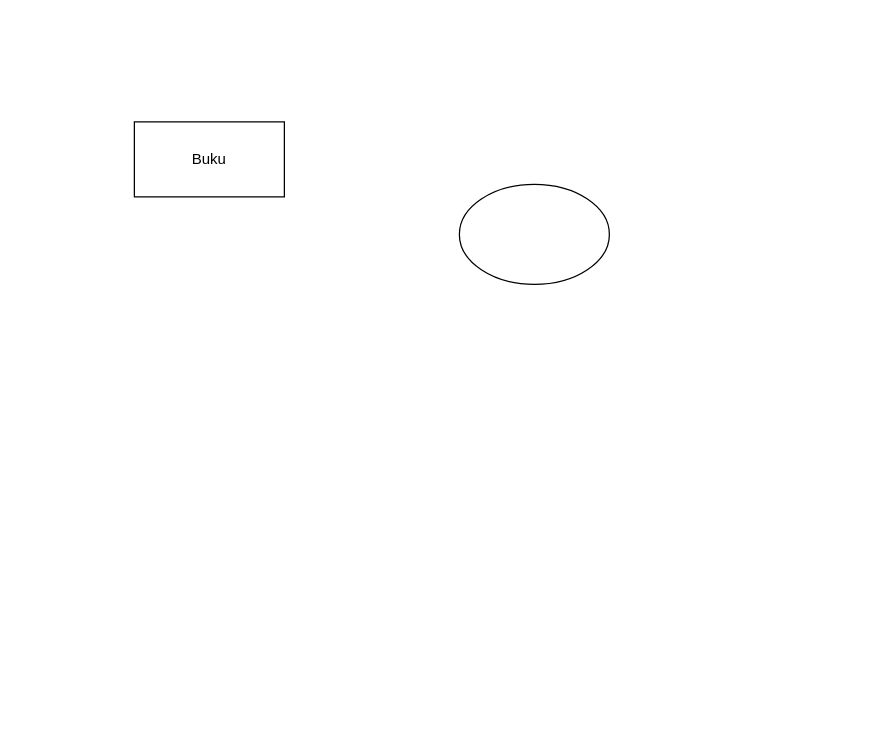
This is erd_tokobuku.drawio from prycilliaedw/prycilliaedw, a draw.io file, before an edit. Source tidied: cells renumbered, new cells numbered last; positions are measured from the earlier drawing's top-left corner, leaving out a move shared by most shapes. Both pictures are drawn from the tidied source at 125%, with x=0, y=0 at pixel (134, 121).
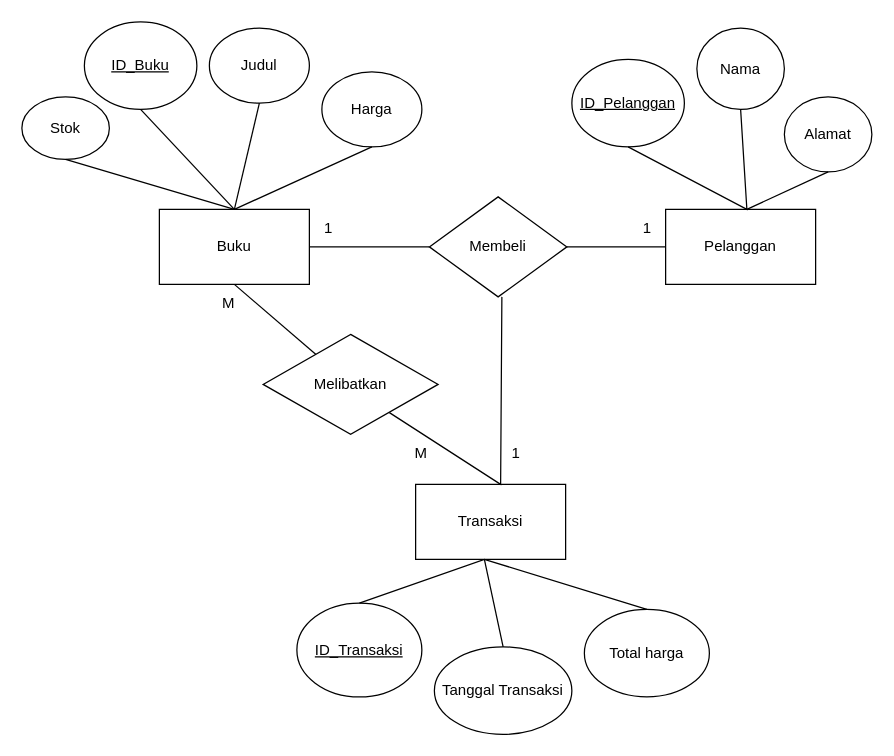
Above is the later version.

Change to the diagram source:
```diff
@@
     <mxCell id="2" value="Buku" style="rounded=0;whiteSpace=wrap;html=1;" parent="1" vertex="1">
-      <mxGeometry width="120" height="60" as="geometry" />
+      <mxGeometry x="20" y="70" width="120" height="60" as="geometry" />
     </mxCell>
-    <mxCell id="3" style="ellipse;whiteSpace=wrap;html=1;" parent="1" vertex="1">
-      <mxGeometry x="260" y="50" width="120" height="80" as="geometry" />
+    <mxCell id="3" value="&lt;u&gt;ID_Buku&lt;/u&gt;" style="ellipse;whiteSpace=wrap;html=1;" parent="1" vertex="1">
+      <mxGeometry x="-40" y="-80" width="90" height="70" as="geometry" />
     </mxCell>
+    <mxCell id="4" value="Judul" style="ellipse;whiteSpace=wrap;html=1;" parent="1" vertex="1">
+      <mxGeometry x="60" y="-75" width="80" height="60" as="geometry" />
+    </mxCell>
+    <mxCell id="5" value="Harga" style="ellipse;whiteSpace=wrap;html=1;" parent="1" vertex="1">
+      <mxGeometry x="150" y="-40" width="80" height="60" as="geometry" />
+    </mxCell>
+    <mxCell id="6" value="Stok" style="ellipse;whiteSpace=wrap;html=1;" parent="1" vertex="1">
+      <mxGeometry x="-90" y="-20" width="70" height="50" as="geometry" />
+    </mxCell>
+    <mxCell id="7" style="endArrow=none;html=1;rounded=0;exitX=0.5;exitY=0;exitDx=0;exitDy=0;entryX=0.5;entryY=1;entryDx=0;entryDy=0;" parent="1" edge="1" source="2" target="5">
+      <mxGeometry relative="1" as="geometry" />
+    </mxCell>
+    <mxCell id="8" style="endArrow=none;html=1;rounded=0;exitX=0.5;exitY=0;exitDx=0;exitDy=0;entryX=0.5;entryY=1;entryDx=0;entryDy=0;" parent="1" edge="1" source="2" target="4">
+      <mxGeometry relative="1" as="geometry" />
+    </mxCell>
+    <mxCell id="9" style="endArrow=none;html=1;rounded=0;exitX=0.5;exitY=0;exitDx=0;exitDy=0;entryX=0.5;entryY=1;entryDx=0;entryDy=0;" parent="1" edge="1" source="2" target="3">
+      <mxGeometry relative="1" as="geometry" />
+    </mxCell>
+    <mxCell id="10" style="endArrow=none;html=1;rounded=0;exitX=0.5;exitY=1;exitDx=0;exitDy=0;entryX=0.5;entryY=0;entryDx=0;entryDy=0;" parent="1" edge="1" source="6" target="2">
+      <mxGeometry relative="1" as="geometry" />
+    </mxCell>
+    <mxCell id="11" value="Pelanggan" style="rounded=0;whiteSpace=wrap;html=1;" parent="1" vertex="1">
+      <mxGeometry x="425" y="70" width="120" height="60" as="geometry" />
+    </mxCell>
+    <mxCell id="12" value="&lt;u&gt;ID_Pelanggan&lt;/u&gt;" style="ellipse;whiteSpace=wrap;html=1;" parent="1" vertex="1">
+      <mxGeometry x="350" y="-50" width="90" height="70" as="geometry" />
+    </mxCell>
+    <mxCell id="13" value="Nama" style="ellipse;whiteSpace=wrap;html=1;" parent="1" vertex="1">
+      <mxGeometry x="450" y="-75" width="70" height="65" as="geometry" />
+    </mxCell>
+    <mxCell id="14" value="Alamat" style="ellipse;whiteSpace=wrap;html=1;" parent="1" vertex="1">
+      <mxGeometry x="520" y="-20" width="70" height="60" as="geometry" />
+    </mxCell>
+    <mxCell id="15" style="endArrow=none;html=1;rounded=0;entryX=0.5;entryY=1;entryDx=0;entryDy=0;exitX=0.5;exitY=1;exitDx=0;exitDy=0;" parent="1" edge="1" source="12" target="13">
+      <mxGeometry relative="1" as="geometry">
+        <Array as="points">
+          <mxPoint x="490" y="70" />
+        </Array>
+      </mxGeometry>
+    </mxCell>
+    <mxCell id="16" style="endArrow=none;html=1;rounded=0;entryX=0.5;entryY=1;entryDx=0;entryDy=0;" parent="1" edge="1" target="14">
+      <mxGeometry relative="1" as="geometry">
+        <mxPoint x="490" y="70" as="sourcePoint" />
+      </mxGeometry>
+    </mxCell>
+    <mxCell id="17" value="Membeli" style="rhombus;whiteSpace=wrap;html=1;" parent="1" vertex="1">
+      <mxGeometry x="236" y="60" width="110" height="80" as="geometry" />
+    </mxCell>
+    <mxCell id="18" style="endArrow=none;html=1;rounded=0;exitX=1;exitY=0.5;exitDx=0;exitDy=0;entryX=0;entryY=0.5;entryDx=0;entryDy=0;" parent="1" edge="1" source="2" target="17">
+      <mxGeometry relative="1" as="geometry" />
+    </mxCell>
+    <mxCell id="19" style="endArrow=none;html=1;rounded=0;entryX=0;entryY=0.5;entryDx=0;entryDy=0;exitX=1;exitY=0.5;exitDx=0;exitDy=0;" parent="1" edge="1" source="17" target="11">
+      <mxGeometry relative="1" as="geometry" />
+    </mxCell>
+    <mxCell id="20" value="Transaksi" style="rounded=0;whiteSpace=wrap;html=1;" parent="1" vertex="1">
+      <mxGeometry x="225" y="290" width="120" height="60" as="geometry" />
+    </mxCell>
+    <mxCell id="21" value="&lt;u&gt;ID_Transaksi&lt;/u&gt;" style="ellipse;whiteSpace=wrap;html=1;" parent="1" vertex="1">
+      <mxGeometry x="130" y="385" width="100" height="75" as="geometry" />
+    </mxCell>
+    <mxCell id="22" value="Tanggal Transaksi" style="ellipse;whiteSpace=wrap;html=1;" parent="1" vertex="1">
+      <mxGeometry x="240" y="420" width="110" height="70" as="geometry" />
+    </mxCell>
+    <mxCell id="23" value="Total harga" style="ellipse;whiteSpace=wrap;html=1;" parent="1" vertex="1">
+      <mxGeometry x="360" y="390" width="100" height="70" as="geometry" />
+    </mxCell>
+    <mxCell id="24" style="endArrow=none;html=1;rounded=0;exitX=0.5;exitY=0;exitDx=0;exitDy=0;entryX=0.5;entryY=0;entryDx=0;entryDy=0;" parent="1" edge="1" source="21" target="23">
+      <mxGeometry relative="1" as="geometry">
+        <Array as="points">
+          <mxPoint x="280" y="350" />
+        </Array>
+      </mxGeometry>
+    </mxCell>
+    <mxCell id="25" style="endArrow=none;html=1;rounded=0;entryX=0.5;entryY=0;entryDx=0;entryDy=0;" parent="1" edge="1" target="22">
+      <mxGeometry relative="1" as="geometry">
+        <mxPoint x="280" y="350" as="sourcePoint" />
+      </mxGeometry>
+    </mxCell>
+    <mxCell id="26" style="endArrow=none;html=1;rounded=0;entryX=0.5;entryY=1;entryDx=0;entryDy=0;" parent="1" edge="1">
+      <mxGeometry relative="1" as="geometry">
+        <mxPoint x="293" y="290" as="sourcePoint" />
+        <mxPoint x="294" y="140" as="targetPoint" />
+        <Array as="points">
+          <mxPoint x="200" y="230" />
+          <mxPoint x="293" y="290" />
+        </Array>
+      </mxGeometry>
+    </mxCell>
+    <mxCell id="27" value="1" style="text;html=1;align=center;verticalAlign=middle;strokeColor=none;fillColor=none;" parent="1" vertex="1">
+      <mxGeometry x="395" y="70" width="30" height="30" as="geometry" />
+    </mxCell>
+    <mxCell id="28" value="1" style="text;html=1;align=center;verticalAlign=middle;strokeColor=none;fillColor=none;" parent="1" vertex="1">
+      <mxGeometry x="140" y="70" width="30" height="30" as="geometry" />
+    </mxCell>
+    <mxCell id="29" value="1" style="text;html=1;align=center;verticalAlign=middle;strokeColor=none;fillColor=none;" parent="1" vertex="1">
+      <mxGeometry x="290" y="250" width="30" height="30" as="geometry" />
+    </mxCell>
+    <mxCell id="30" value="Melibatkan" style="rhombus;whiteSpace=wrap;html=1;" parent="1" vertex="1">
+      <mxGeometry x="103" y="170" width="140" height="80" as="geometry" />
+    </mxCell>
+    <mxCell id="31" style="endArrow=none;html=1;rounded=0;exitX=0.5;exitY=1;exitDx=0;exitDy=0;" parent="1" edge="1" source="2" target="30">
+      <mxGeometry relative="1" as="geometry" />
+    </mxCell>
+    <mxCell id="32" value="M" style="text;html=1;align=center;verticalAlign=middle;strokeColor=none;fillColor=none;" parent="1" vertex="1">
+      <mxGeometry x="214" y="250" width="30" height="30" as="geometry" />
+    </mxCell>
+    <mxCell id="33" value="M" style="text;html=1;align=center;verticalAlign=middle;strokeColor=none;fillColor=none;" parent="1" vertex="1">
+      <mxGeometry x="60" y="130" width="30" height="30" as="geometry" />
+    </mxCell>
```
